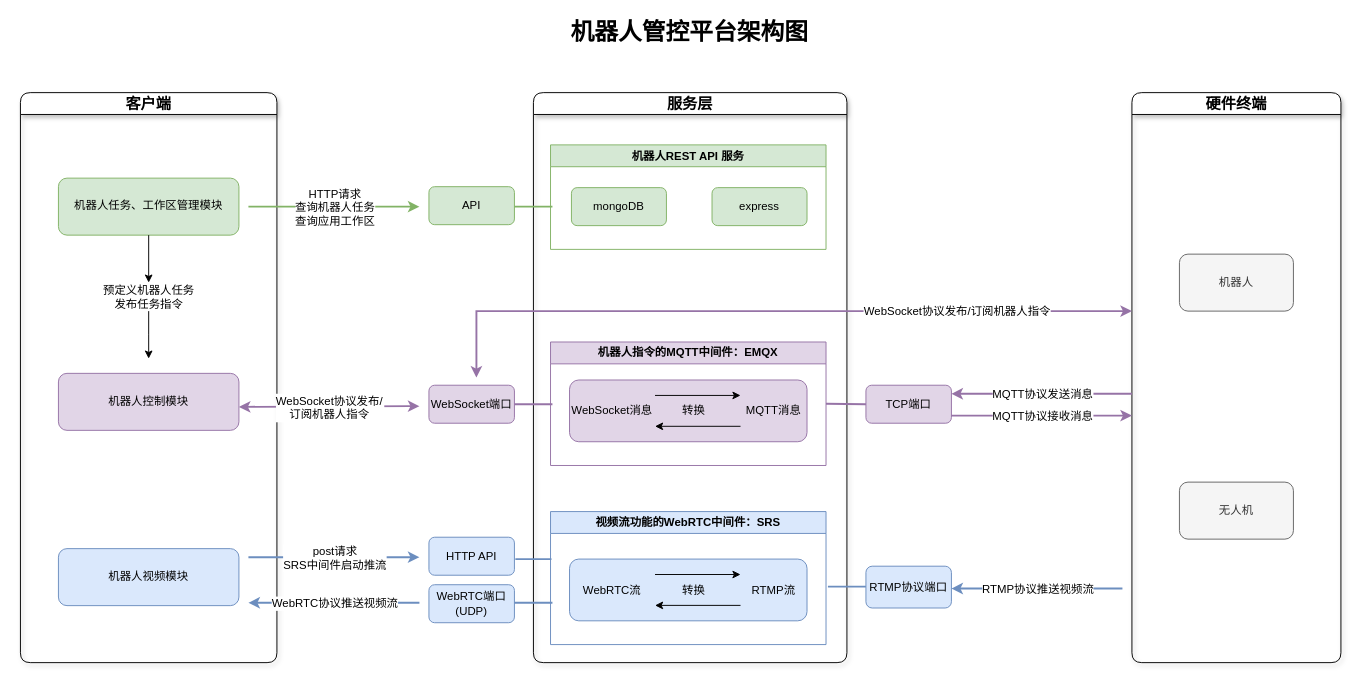
Above: 机器人管控架构图.drawio in AhXianGL/draw.io (draw.io), before the change. Source tidied: cells renumbered, new cells numbered last; positions are measured from the earlier drawing's top-left corner, leaving out a move shared by most shapes. Both pictures are drawn from the tidied source at 95%, with x=0, y=0 at pixel (20, 16).
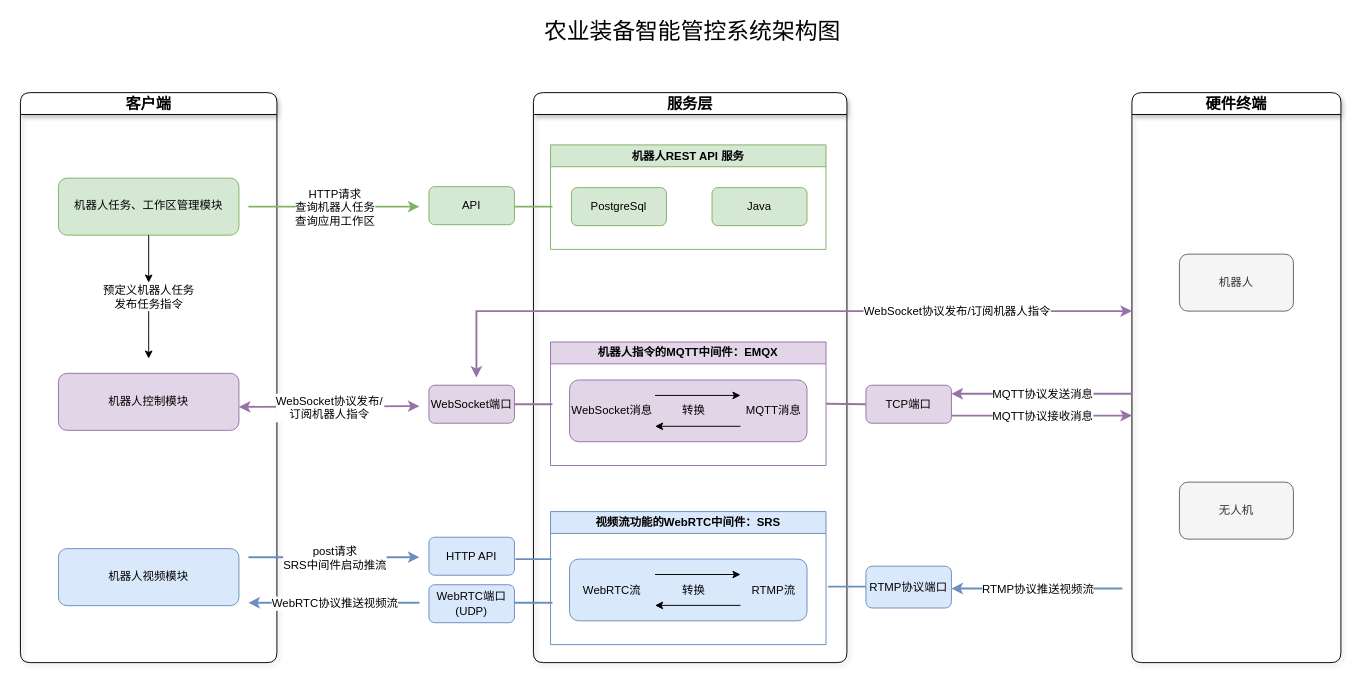
Above is the later version.

Commit message:
更新机器人管控架构图.drawio

Unchanged cells that the change refers to:
```xml
<mxCell id="3" value="机器人REST API 服务" style="swimlane;whiteSpace=wrap;html=1;fontSize=12;fillColor=#d5e8d4;strokeColor=#82b366;textShadow=0;" parent="2" vertex="1">
  <mxGeometry x="18" y="55" width="290" height="110" as="geometry" />
</mxCell>
```

Change to the diagram source:
```diff
@@
-    <mxCell id="4" value="mongoDB" style="rounded=1;whiteSpace=wrap;html=1;fontSize=12;fillColor=#d5e8d4;strokeColor=#82b366;" parent="3" vertex="1">
+    <mxCell id="4" value="PostgreSql" style="rounded=1;whiteSpace=wrap;html=1;fontSize=12;fillColor=#d5e8d4;strokeColor=#82b366;" parent="3" vertex="1">
       <mxGeometry x="22" y="45" width="100" height="40" as="geometry" />
     </mxCell>
-    <mxCell id="5" value="express" style="rounded=1;whiteSpace=wrap;html=1;fontSize=12;fillColor=#d5e8d4;strokeColor=#82b366;" parent="3" vertex="1">
+    <mxCell id="5" value="Java" style="rounded=1;whiteSpace=wrap;html=1;fontSize=12;fillColor=#d5e8d4;strokeColor=#82b366;" parent="3" vertex="1">
       <mxGeometry x="170" y="45" width="100" height="40" as="geometry" />
     </mxCell>
@@
-    <mxCell id="59" value="机器人管控平台架构图" style="text;html=1;align=center;verticalAlign=middle;whiteSpace=wrap;rounded=0;fontSize=25;fontStyle=1;" parent="1" vertex="1">
-      <mxGeometry x="565.4" width="279.2" height="30" as="geometry" />
+    <mxCell id="59" value="&lt;div style=&quot;font-size: medium; font-weight: 400; text-align: start;&quot;&gt;&lt;/div&gt;&lt;font style=&quot;font-size: 24px; font-weight: normal;&quot;&gt;&lt;span style=&quot;letter-spacing: 0pt; background-color: initial;&quot;&gt;&lt;font style=&quot;&quot; face=&quot;Helvetica&quot;&gt;农业装备智能管控系统&lt;/font&gt;&lt;/span&gt;架构图&lt;/font&gt;" style="text;html=1;align=center;verticalAlign=middle;whiteSpace=wrap;rounded=0;fontSize=25;fontStyle=1;" parent="1" vertex="1">
+      <mxGeometry x="540" width="334.6" height="30" as="geometry" />
     </mxCell>
```
